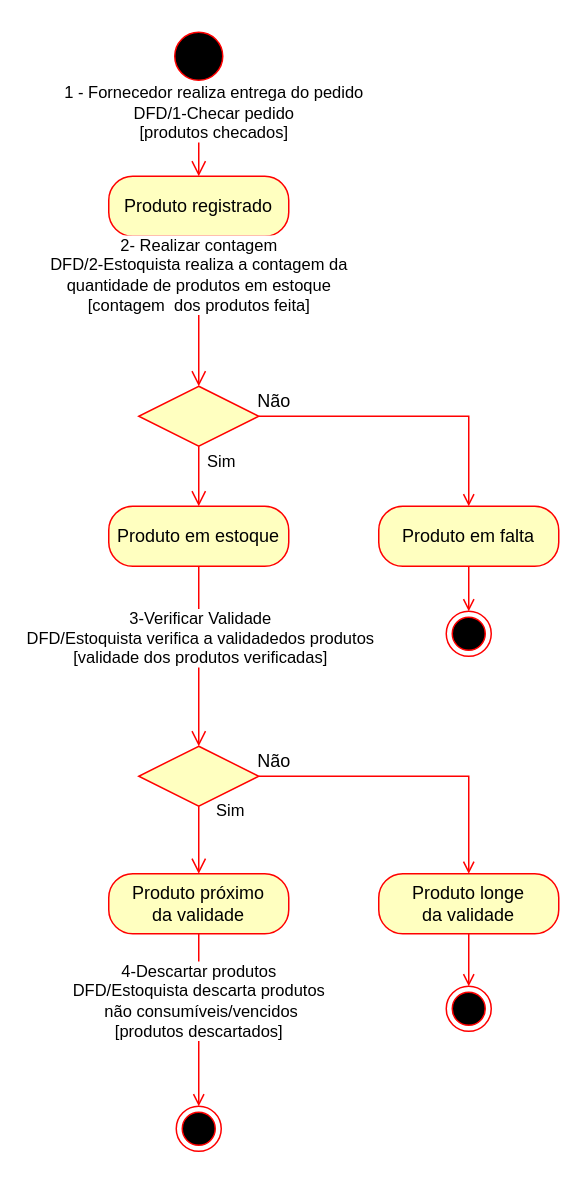
Darienzo08/ope_ads keeps this draw.io diagram as docs/ARTEFATOS(15-23)/Gerenciar_Produtos/CICLO_DE_VIDA_GERENCIAR_PRODUTO.drawio. Above is the earlier version. Source tidied: cells renumbered, new cells numbered last; positions are measured from the earlier drawing's top-left corner, leaving out a move shared by most shapes. Both pictures are drawn from the tidied source at 150%, with x=0, y=0 at pixel (108, 26).
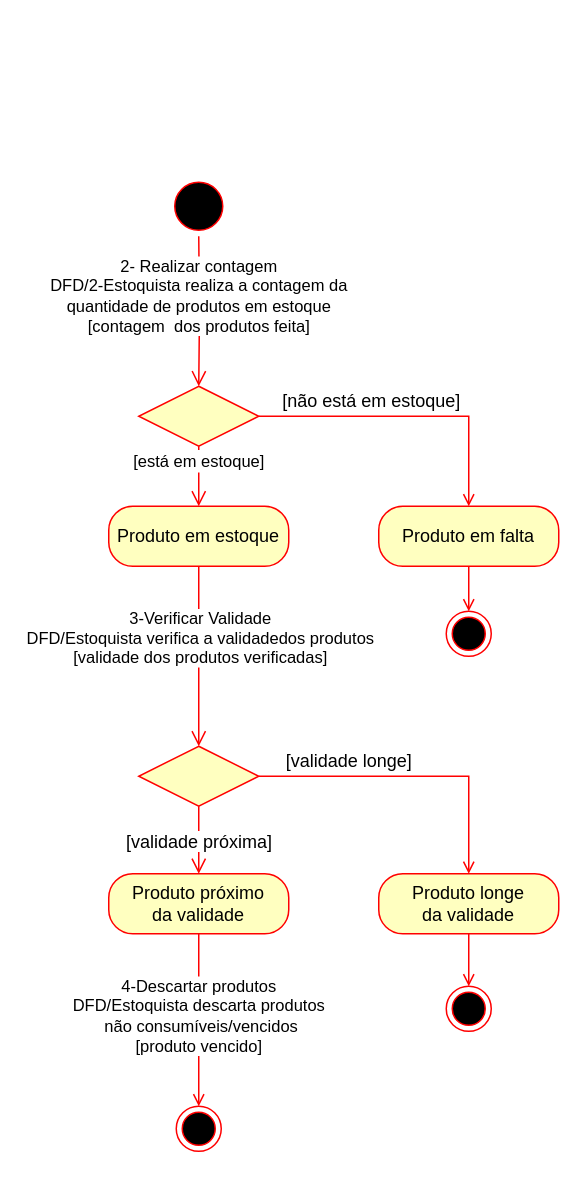
Above is the later version.

Unchanged cells that the change refers to:
```xml
<mxCell id="8" style="rhombus;whiteSpace=wrap;html=1;fillColor=#ffffc0;strokeColor=#ff0000;" parent="1" vertex="1">
  <mxGeometry x="20" y="480" width="80" height="40" as="geometry" />
</mxCell>
<mxCell id="11" value="Produto próximo&lt;br&gt;da validade" style="rounded=1;whiteSpace=wrap;html=1;arcSize=40;fontColor=#000000;fillColor=#ffffc0;strokeColor=#ff0000;" parent="1" vertex="1">
  <mxGeometry y="565" width="120" height="40" as="geometry" />
</mxCell>
<mxCell id="18" style="rhombus;whiteSpace=wrap;html=1;fillColor=#ffffc0;strokeColor=#ff0000;" parent="1" vertex="1">
  <mxGeometry x="20" y="240" width="80" height="40" as="geometry" />
</mxCell>
```

Change to the diagram source:
```diff
@@
     <mxCell id="3" style="ellipse;html=1;shape=startState;fillColor=#000000;strokeColor=#ff0000;" parent="1" vertex="1">
-      <mxGeometry x="40" width="40" height="40" as="geometry" />
+      <mxGeometry x="40" y="100" width="40" height="40" as="geometry" />
     </mxCell>
-    <mxCell id="4" value="1 - Fornecedor realiza entrega do pedido&lt;br&gt;DFD/1-Checar pedido&lt;br&gt;[produtos checados]" style="edgeStyle=orthogonalEdgeStyle;html=1;verticalAlign=bottom;endArrow=open;endSize=8;strokeColor=#ff0000;" parent="1" edge="1" source="3" target="5">
-      <mxGeometry x="0.33" y="10" relative="1" as="geometry">
-        <Array as="points">
-          <mxPoint x="60" y="60" />
-          <mxPoint x="60" y="60" />
-        </Array>
-      </mxGeometry>
-    </mxCell>
-    <mxCell id="5" value="Produto registrado" style="rounded=1;whiteSpace=wrap;html=1;arcSize=40;fontColor=#000000;fillColor=#ffffc0;strokeColor=#ff0000;" parent="1" vertex="1">
-      <mxGeometry y="100" width="120" height="40" as="geometry" />
-    </mxCell>
@@
-    <mxCell id="9" value="Sim" style="edgeStyle=orthogonalEdgeStyle;html=1;align=left;verticalAlign=top;endArrow=open;endSize=8;strokeColor=#ff0000;entryX=0.5;entryY=0;entryDx=0;entryDy=0;" parent="1" edge="1" source="8" target="11">
-      <mxGeometry x="-1" y="14" relative="1" as="geometry">
-        <mxPoint x="-4" y="-10" as="offset" />
-      </mxGeometry>
+    <mxCell id="9" value="&lt;font style=&quot;font-size: 12px&quot;&gt;[validade próxima]&lt;/font&gt;" style="edgeStyle=orthogonalEdgeStyle;html=1;align=left;verticalAlign=top;endArrow=open;endSize=8;strokeColor=#ff0000;entryX=0.5;entryY=0;entryDx=0;entryDy=0;" parent="1" edge="1" source="8" target="11">
+      <mxGeometry x="-0.56" y="-50" relative="1" as="geometry" />
     </mxCell>
-    <mxCell id="10" value="4-Descartar produtos&lt;br&gt;DFD/Estoquista descarta produtos&lt;br&gt;&amp;nbsp;não consumíveis/vencidos&lt;br&gt;[produtos descartados]" style="edgeStyle=orthogonalEdgeStyle;rounded=0;jettySize=auto;html=1;exitX=0.5;exitY=1;exitDx=0;exitDy=0;fillColor=#ffe6cc;strokeColor=#FF0000;endArrow=open;endFill=0;" parent="1" edge="1" source="11">
-      <mxGeometry x="-0.22" relative="1" as="geometry">
+    <mxCell id="10" value="4-Descartar produtos&lt;br&gt;DFD/Estoquista descarta produtos&lt;br&gt;&amp;nbsp;não consumíveis/vencidos&lt;br&gt;[produto vencido]" style="edgeStyle=orthogonalEdgeStyle;rounded=0;jettySize=auto;html=1;exitX=0.5;exitY=1;exitDx=0;exitDy=0;fillColor=#ffe6cc;strokeColor=#FF0000;endArrow=open;endFill=0;" parent="1" edge="1" source="11">
+      <mxGeometry x="-0.04" relative="1" as="geometry">
         <mxPoint x="60" y="720" as="targetPoint" />
       </mxGeometry>
     </mxCell>
@@
-    <mxCell id="15" value="Não" style="text;html=1;align=center;verticalAlign=middle;" parent="1" vertex="1">
-      <mxGeometry x="90" y="480" width="40" height="20" as="geometry" />
+    <mxCell id="15" value="[validade longe]" style="text;html=1;align=center;verticalAlign=middle;" parent="1" vertex="1">
+      <mxGeometry x="110" y="480" width="100" height="20" as="geometry" />
     </mxCell>
@@
-    <mxCell id="19" value="2- Realizar contagem&lt;br&gt;DFD/2-Estoquista realiza a contagem da&lt;br&gt;quantidade de produtos em estoque&lt;br&gt;[contagem&amp;nbsp; dos produtos feita]" style="edgeStyle=orthogonalEdgeStyle;html=1;verticalAlign=bottom;endArrow=open;endSize=8;strokeColor=#ff0000;entryX=0.5;entryY=0;entryDx=0;entryDy=0;exitX=0.5;exitY=1;exitDx=0;exitDy=0;" parent="1" edge="1" source="5" target="18">
-      <mxGeometry x="0.09" relative="1" as="geometry" />
+    <mxCell id="19" value="2- Realizar contagem&lt;br&gt;DFD/2-Estoquista realiza a contagem da&lt;br&gt;quantidade de produtos em estoque&lt;br&gt;[contagem&amp;nbsp; dos produtos feita]" style="edgeStyle=orthogonalEdgeStyle;html=1;verticalAlign=bottom;endArrow=open;endSize=8;strokeColor=#ff0000;entryX=0.5;entryY=0;entryDx=0;entryDy=0;exitX=0.5;exitY=1;exitDx=0;exitDy=0;" parent="1" edge="1" target="18">
+      <mxGeometry x="0.4" relative="1" as="geometry">
+        <mxPoint x="60" y="140" as="sourcePoint" />
+      </mxGeometry>
     </mxCell>
@@
-    <mxCell id="25" value="&lt;span style=&quot;font-size: 11px ; text-align: left&quot;&gt;Sim&lt;/span&gt;" style="text;html=1;align=center;verticalAlign=middle;" parent="1" vertex="1">
-      <mxGeometry x="60" y="280" width="30" height="20" as="geometry" />
+    <mxCell id="25" value="&lt;span style=&quot;font-size: 11px ; text-align: left&quot;&gt;[está em estoque]&lt;/span&gt;" style="text;html=1;align=center;verticalAlign=middle;labelBackgroundColor=#ffffff;" parent="1" vertex="1">
+      <mxGeometry x="10" y="280" width="100" height="20" as="geometry" />
     </mxCell>
-    <mxCell id="26" value="Não" style="text;html=1;align=center;verticalAlign=middle;" parent="1" vertex="1">
-      <mxGeometry x="90" y="240" width="40" height="20" as="geometry" />
+    <mxCell id="26" value="[não está em estoque]" style="text;html=1;align=center;verticalAlign=middle;" parent="1" vertex="1">
+      <mxGeometry x="110" y="240" width="130" height="20" as="geometry" />
     </mxCell>
```
